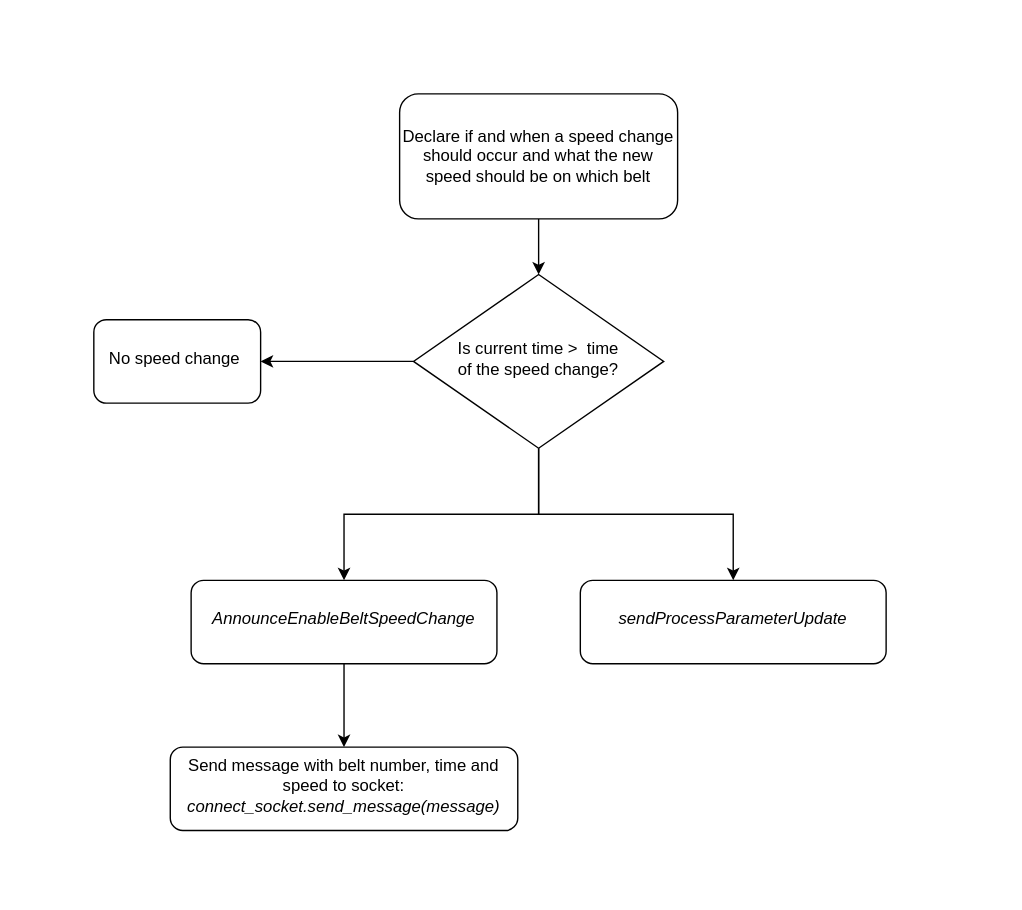
The draw.io diagram SpeedChangeSimFlow.drawio in evelinedrijver/Thesis, before the edit. Source tidied: cells renumbered, new cells numbered last; positions are measured from the earlier drawing's top-left corner, leaving out a move shared by most shapes. Both pictures are drawn from the tidied source at 139%, with x=0, y=0 at pixel (93, 93).
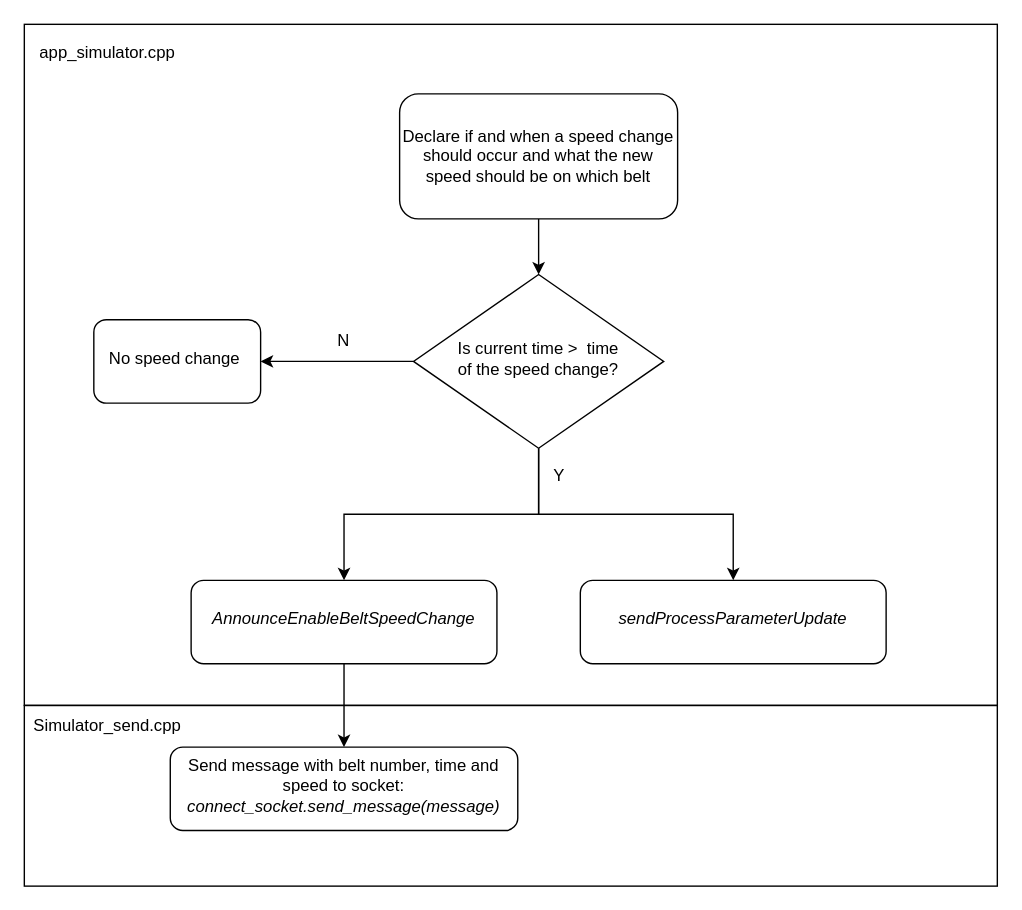
After the change.

The edit, as a diff of the source:
```diff
@@
 <mxGraphModel>
   <root>
     <mxCell id="0" />
     <mxCell id="1" parent="0" />
+    <mxCell id="13" style="whiteSpace=wrap;html=1;fillColor=none;" parent="1" vertex="1">
+      <mxGeometry x="-50" y="-50" width="700" height="490" as="geometry" />
+    </mxCell>
     <mxCell id="2" style="edgeStyle=orthogonalEdgeStyle;rounded=0;jettySize=auto;html=1;" parent="1" edge="1" source="3" target="7">
       <mxGeometry relative="1" as="geometry" />
     </mxCell>
     <mxCell id="3" value="Declare if and when a speed change should occur and what the new speed should be on which belt" style="rounded=1;whiteSpace=wrap;html=1;fontSize=12;glass=0;strokeWidth=1;shadow=0;" parent="1" vertex="1">
       <mxGeometry x="220" width="200" height="90" as="geometry" />
     </mxCell>
     <mxCell id="4" style="edgeStyle=orthogonalEdgeStyle;rounded=0;jettySize=auto;html=1;" parent="1" edge="1" source="7" target="8">
       <mxGeometry relative="1" as="geometry" />
     </mxCell>
     <mxCell id="5" style="edgeStyle=orthogonalEdgeStyle;rounded=0;jettySize=auto;html=1;" parent="1" edge="1" source="7" target="10">
       <mxGeometry relative="1" as="geometry" />
     </mxCell>
     <mxCell id="6" style="edgeStyle=orthogonalEdgeStyle;rounded=0;jettySize=auto;html=1;" parent="1" edge="1" source="7" target="11">
       <mxGeometry relative="1" as="geometry" />
     </mxCell>
     <mxCell id="7" value="Is current time &amp;gt;&amp;nbsp; time &lt;br&gt;of the speed change?" style="rhombus;whiteSpace=wrap;html=1;shadow=0;fontFamily=Helvetica;fontSize=12;align=center;strokeWidth=1;spacing=6;spacingTop=-4;" parent="1" vertex="1">
       <mxGeometry x="230" y="130" width="180" height="125" as="geometry" />
     </mxCell>
     <mxCell id="8" value="No speed change&amp;nbsp;" style="rounded=1;whiteSpace=wrap;html=1;shadow=0;strokeWidth=1;spacing=6;spacingTop=-4;" parent="1" vertex="1">
       <mxGeometry y="162.5" width="120" height="60" as="geometry" />
     </mxCell>
     <mxCell id="9" style="edgeStyle=orthogonalEdgeStyle;rounded=0;jettySize=auto;html=1;" parent="1" edge="1" source="10" target="12">
       <mxGeometry relative="1" as="geometry" />
     </mxCell>
     <mxCell id="10" value="&lt;i&gt;AnnounceEnableBeltSpeedChange&lt;/i&gt;" style="rounded=1;whiteSpace=wrap;html=1;shadow=0;strokeWidth=1;spacing=6;spacingTop=-4;" parent="1" vertex="1">
       <mxGeometry x="70" y="350" width="220" height="60" as="geometry" />
     </mxCell>
     <mxCell id="11" value="&lt;i&gt;sendProcessParameterUpdate&lt;/i&gt;" style="rounded=1;whiteSpace=wrap;html=1;shadow=0;strokeWidth=1;spacing=6;spacingTop=-4;" parent="1" vertex="1">
       <mxGeometry x="350" y="350" width="220" height="60" as="geometry" />
     </mxCell>
     <mxCell id="12" value="Send message with belt number, time and speed to socket:&lt;br&gt;&lt;i&gt;connect_socket.send_message(message)&lt;/i&gt;" style="rounded=1;whiteSpace=wrap;html=1;shadow=0;strokeWidth=1;spacing=6;spacingTop=-4;" parent="1" vertex="1">
       <mxGeometry x="55" y="470" width="250" height="60" as="geometry" />
     </mxCell>
+    <mxCell id="14" value="app_simulator.cpp" style="text;html=1;strokeColor=none;fillColor=none;align=center;verticalAlign=middle;whiteSpace=wrap;rounded=0;" parent="1" vertex="1">
+      <mxGeometry x="-20" y="-44" width="60" height="30" as="geometry" />
+    </mxCell>
+    <mxCell id="15" style="whiteSpace=wrap;html=1;fillColor=none;" parent="1" vertex="1">
+      <mxGeometry x="-50" y="440" width="700" height="130" as="geometry" />
+    </mxCell>
+    <mxCell id="16" value="Simulator_send.cpp" style="text;html=1;strokeColor=none;fillColor=none;align=center;verticalAlign=middle;whiteSpace=wrap;rounded=0;" parent="1" vertex="1">
+      <mxGeometry x="-20" y="440" width="60" height="30" as="geometry" />
+    </mxCell>
+    <mxCell id="17" value="Y" style="text;html=1;strokeColor=none;fillColor=none;align=center;verticalAlign=middle;whiteSpace=wrap;rounded=0;" parent="1" vertex="1">
+      <mxGeometry x="305" y="260" width="60" height="30" as="geometry" />
+    </mxCell>
+    <mxCell id="18" value="N" style="text;html=1;strokeColor=none;fillColor=none;align=center;verticalAlign=middle;whiteSpace=wrap;rounded=0;" parent="1" vertex="1">
+      <mxGeometry x="150" y="162.5" width="60" height="30" as="geometry" />
+    </mxCell>
   </root>
 </mxGraphModel>
```
